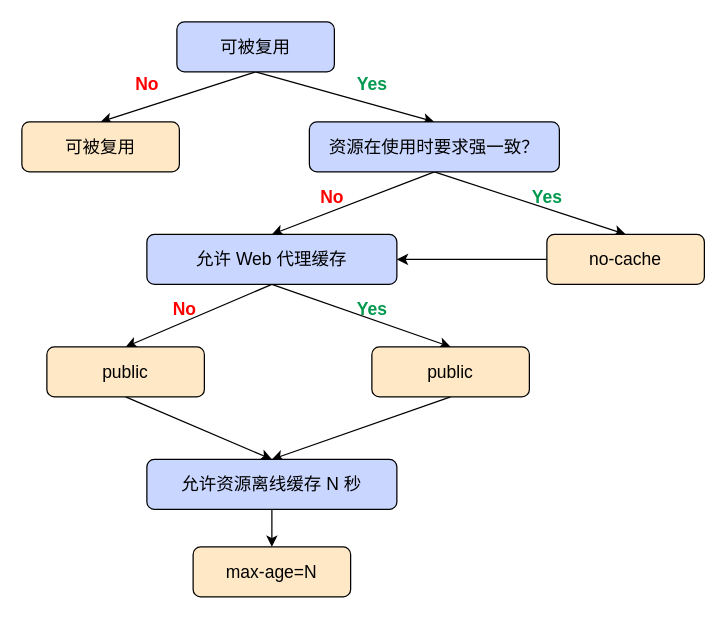
ZephyrAndMoon/drawIo keeps this draw.io diagram as page "Page-3" (3 of 6) of Cache Img.drawio. Above is the earlier version. Source tidied: cells renumbered, new cells numbered last; positions are measured from the earlier drawing's top-left corner, leaving out a move shared by most shapes. Both pictures are drawn from the tidied source at 125%, with x=0, y=0 at pixel (21, 21).
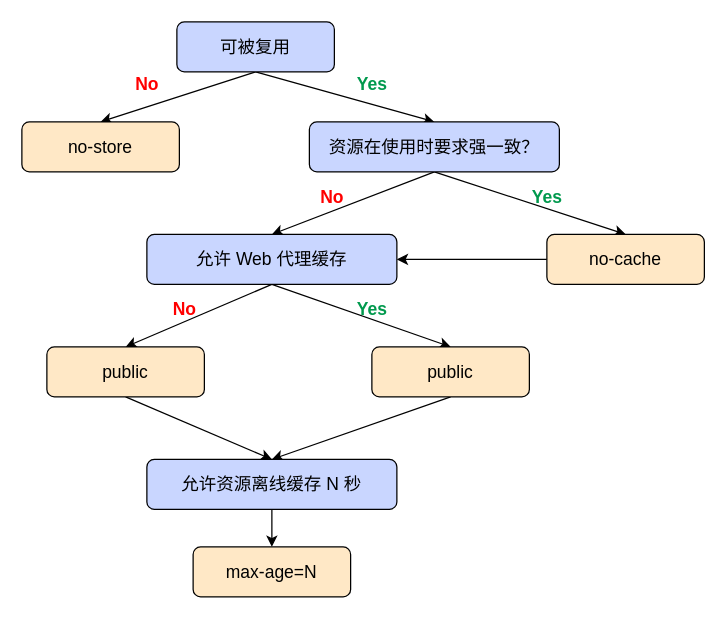
After the change.

Change to the diagram source:
```diff
@@
-    <mxCell id="8" value="可被复用" style="rounded=1;whiteSpace=wrap;html=1;fontSize=14;fillColor=#ffe8c6;" parent="1" vertex="1">
+    <mxCell id="8" value="no-store" style="rounded=1;whiteSpace=wrap;html=1;fontSize=14;fillColor=#ffe8c6;" parent="1" vertex="1">
       <mxGeometry y="80" width="126" height="40" as="geometry" />
     </mxCell>
```
